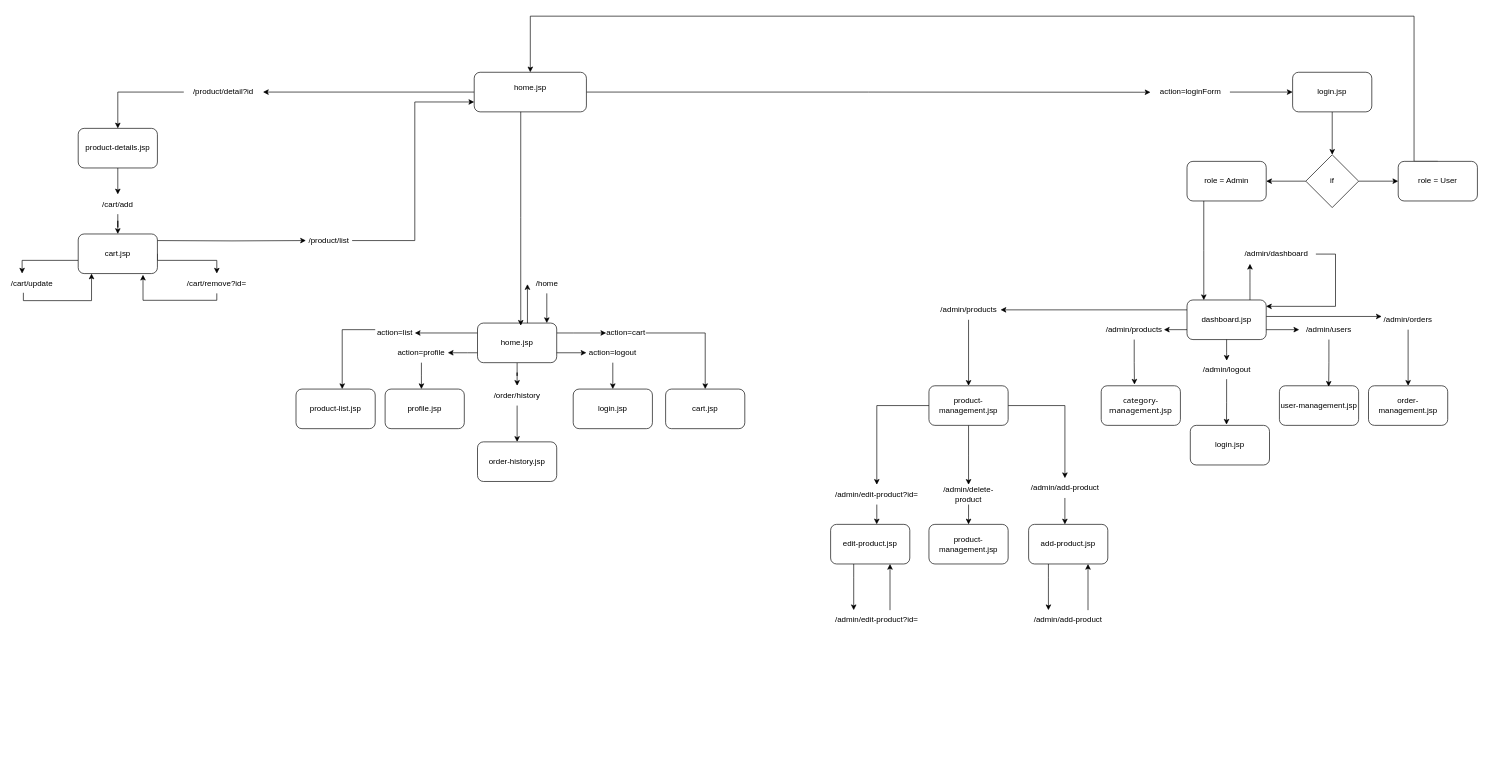
oggyne259/hehe keeps this draw.io diagram as Untitled Diagram.drawio. Above is the earlier version. Source tidied: cells renumbered, new cells numbered last; positions are measured from the earlier drawing's top-left corner, leaving out a move shared by most shapes. Both pictures are drawn from the tidied source at 66%, with x=0, y=0 at pixel (12, 16).
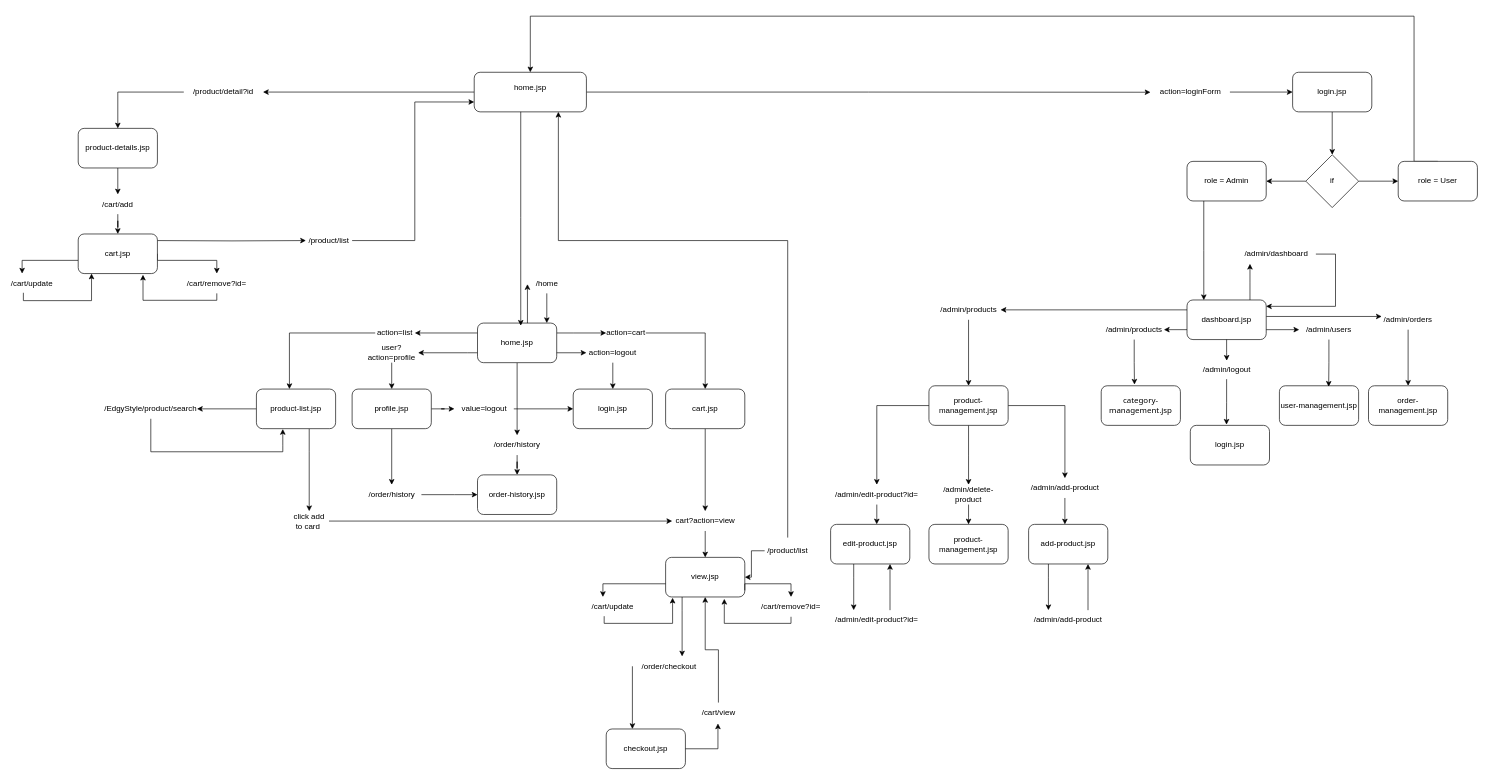
The same diagram, later.

Unchanged cells that the change refers to:
```xml
<mxCell id="4" value="home.jsp&lt;div&gt;&lt;br&gt;&lt;/div&gt;" style="rounded=1;whiteSpace=wrap;html=1;" parent="1" vertex="1">
  <mxGeometry x="700" y="85" width="170" height="60" as="geometry" />
</mxCell>
<mxCell id="43" value="action=list" style="text;html=1;align=center;verticalAlign=middle;whiteSpace=wrap;rounded=0;" parent="1" vertex="1">
  <mxGeometry x="550" y="465" width="60" height="30" as="geometry" />
</mxCell>
<mxCell id="50" value="cart.jsp" style="rounded=1;whiteSpace=wrap;html=1;" parent="1" vertex="1">
  <mxGeometry x="990" y="565" width="120" height="60" as="geometry" />
</mxCell>
<mxCell id="52" value="login.jsp" style="rounded=1;whiteSpace=wrap;html=1;" parent="1" vertex="1">
  <mxGeometry x="850" y="565" width="120" height="60" as="geometry" />
</mxCell>
```

The edit, as a diff of the source:
```diff
@@
-    <mxCell id="42" style="edgeStyle=orthogonalEdgeStyle;rounded=0;jettySize=auto;html=1;" parent="1" edge="1" source="43" target="44">
-      <mxGeometry relative="1" as="geometry">
-        <Array as="points">
-          <mxPoint x="600" y="475" />
-          <mxPoint x="500" y="475" />
-        </Array>
-      </mxGeometry>
-    </mxCell>
@@
+    <mxCell id="101" style="edgeStyle=orthogonalEdgeStyle;rounded=0;jettySize=auto;html=1;" parent="1" edge="1" source="44" target="130">
+      <mxGeometry relative="1" as="geometry" />
+    </mxCell>
+    <mxCell id="102" style="edgeStyle=orthogonalEdgeStyle;rounded=0;jettySize=auto;html=1;entryX=0.5;entryY=0;entryDx=0;entryDy=0;" parent="1" edge="1" source="44" target="131">
+      <mxGeometry relative="1" as="geometry">
+        <Array as="points">
+          <mxPoint x="450" y="660" />
+          <mxPoint x="450" y="660" />
+        </Array>
+      </mxGeometry>
+    </mxCell>
     <mxCell id="44" value="product-list.jsp" style="rounded=1;whiteSpace=wrap;html=1;" parent="1" vertex="1">
-      <mxGeometry x="430" y="565" width="120" height="60" as="geometry" />
+      <mxGeometry x="370" y="565" width="120" height="60" as="geometry" />
     </mxCell>
     <mxCell id="45" style="edgeStyle=orthogonalEdgeStyle;rounded=0;jettySize=auto;html=1;" parent="1" edge="1" source="46" target="47">
-      <mxGeometry relative="1" as="geometry">
-        <Array as="points">
-          <mxPoint x="620" y="545" />
-          <mxPoint x="620" y="545" />
-        </Array>
-      </mxGeometry>
+      <mxGeometry relative="1" as="geometry" />
     </mxCell>
-    <mxCell id="46" value="action=profile" style="text;html=1;align=center;verticalAlign=middle;whiteSpace=wrap;rounded=0;" parent="1" vertex="1">
-      <mxGeometry x="580" y="495" width="80" height="30" as="geometry" />
+    <mxCell id="46" value="user?action=profile" style="text;html=1;align=center;verticalAlign=middle;whiteSpace=wrap;rounded=0;" parent="1" vertex="1">
+      <mxGeometry x="535" y="495" width="80" height="30" as="geometry" />
     </mxCell>
+    <mxCell id="103" style="edgeStyle=orthogonalEdgeStyle;rounded=0;jettySize=auto;html=1;" parent="1" edge="1" source="47" target="126">
+      <mxGeometry relative="1" as="geometry" />
+    </mxCell>
+    <mxCell id="104" style="edgeStyle=orthogonalEdgeStyle;rounded=0;jettySize=auto;html=1;" parent="1" edge="1" source="47" target="128">
+      <mxGeometry relative="1" as="geometry" />
+    </mxCell>
     <mxCell id="47" value="profile.jsp" style="rounded=1;whiteSpace=wrap;html=1;" parent="1" vertex="1">
-      <mxGeometry x="565" y="565" width="120" height="60" as="geometry" />
+      <mxGeometry x="515" y="565" width="120" height="60" as="geometry" />
     </mxCell>
@@
+    <mxCell id="105" style="edgeStyle=orthogonalEdgeStyle;rounded=0;jettySize=auto;html=1;" parent="1" edge="1" source="50" target="107">
+      <mxGeometry relative="1" as="geometry" />
+    </mxCell>
@@
     <mxCell id="56" value="/order/history" style="text;html=1;align=center;verticalAlign=middle;whiteSpace=wrap;rounded=0;" parent="1" vertex="1">
-      <mxGeometry x="730" y="560" width="70" height="30" as="geometry" />
+      <mxGeometry x="730" y="635" width="70" height="30" as="geometry" />
     </mxCell>
     <mxCell id="57" value="order-history.jsp" style="rounded=1;whiteSpace=wrap;html=1;" parent="1" vertex="1">
-      <mxGeometry x="705" y="645" width="120" height="60" as="geometry" />
+      <mxGeometry x="705" y="695" width="120" height="60" as="geometry" />
     </mxCell>
@@
+    <mxCell id="106" style="edgeStyle=orthogonalEdgeStyle;rounded=0;jettySize=auto;html=1;" parent="1" edge="1" source="107" target="109">
+      <mxGeometry relative="1" as="geometry" />
+    </mxCell>
+    <mxCell id="107" value="cart?action=view" style="text;html=1;align=center;verticalAlign=middle;points=[];strokeColor=none;fillColor=none;" parent="1" vertex="1">
+      <mxGeometry x="995" y="750" width="110" height="30" as="geometry" />
+    </mxCell>
+    <mxCell id="108" style="edgeStyle=orthogonalEdgeStyle;rounded=0;jettySize=auto;html=1;" parent="1" edge="1" source="109" target="120">
+      <mxGeometry relative="1" as="geometry">
+        <Array as="points">
+          <mxPoint x="1015" y="900" />
+          <mxPoint x="1015" y="900" />
+        </Array>
+      </mxGeometry>
+    </mxCell>
+    <mxCell id="109" value="view.jsp" style="rounded=1;whiteSpace=wrap;html=1;" parent="1" vertex="1">
+      <mxGeometry x="990" y="820" width="120" height="60" as="geometry" />
+    </mxCell>
+    <mxCell id="110" style="edgeStyle=orthogonalEdgeStyle;rounded=0;jettySize=auto;html=1;entryX=0.25;entryY=0;entryDx=0;entryDy=0;exitX=0;exitY=0.667;exitDx=0;exitDy=0;exitPerimeter=0;" parent="1" edge="1" source="109" target="113">
+      <mxGeometry relative="1" as="geometry">
+        <Array as="points">
+          <mxPoint x="895" y="860" />
+        </Array>
+      </mxGeometry>
+    </mxCell>
+    <mxCell id="111" style="edgeStyle=orthogonalEdgeStyle;rounded=0;jettySize=auto;html=1;entryX=0.5;entryY=0;entryDx=0;entryDy=0;exitX=1;exitY=0.833;exitDx=0;exitDy=0;exitPerimeter=0;" parent="1" edge="1" source="109" target="115">
+      <mxGeometry relative="1" as="geometry">
+        <Array as="points">
+          <mxPoint x="1110" y="860" />
+          <mxPoint x="1180" y="860" />
+        </Array>
+      </mxGeometry>
+    </mxCell>
+    <mxCell id="112" style="edgeStyle=orthogonalEdgeStyle;rounded=0;jettySize=auto;html=1;entryX=0.088;entryY=1.02;entryDx=0;entryDy=0;entryPerimeter=0;exitX=0.282;exitY=0.97;exitDx=0;exitDy=0;exitPerimeter=0;" parent="1" edge="1" source="113" target="109">
+      <mxGeometry relative="1" as="geometry">
+        <Array as="points">
+          <mxPoint x="897" y="920" />
+          <mxPoint x="1001" y="920" />
+        </Array>
+      </mxGeometry>
+    </mxCell>
+    <mxCell id="113" value="/cart/update" style="text;html=1;align=center;verticalAlign=middle;whiteSpace=wrap;rounded=0;" parent="1" vertex="1">
+      <mxGeometry x="880" y="880" width="60" height="30" as="geometry" />
+    </mxCell>
+    <mxCell id="114" style="edgeStyle=orthogonalEdgeStyle;rounded=0;jettySize=auto;html=1;entryX=0.741;entryY=1.048;entryDx=0;entryDy=0;entryPerimeter=0;exitX=0.5;exitY=1;exitDx=0;exitDy=0;" parent="1" edge="1" source="115" target="109">
+      <mxGeometry relative="1" as="geometry">
+        <Array as="points">
+          <mxPoint x="1180" y="920" />
+          <mxPoint x="1079" y="920" />
+        </Array>
+      </mxGeometry>
+    </mxCell>
+    <mxCell id="115" value="/cart/remove?id=" style="text;html=1;align=center;verticalAlign=middle;whiteSpace=wrap;rounded=0;" parent="1" vertex="1">
+      <mxGeometry x="1130" y="880" width="100" height="30" as="geometry" />
+    </mxCell>
+    <mxCell id="116" style="edgeStyle=orthogonalEdgeStyle;rounded=0;jettySize=auto;html=1;" parent="1" edge="1" source="118" target="109">
+      <mxGeometry relative="1" as="geometry" />
+    </mxCell>
+    <mxCell id="117" style="edgeStyle=orthogonalEdgeStyle;rounded=0;jettySize=auto;html=1;entryX=0.75;entryY=1;entryDx=0;entryDy=0;" parent="1" edge="1" source="118" target="4">
+      <mxGeometry relative="1" as="geometry">
+        <Array as="points">
+          <mxPoint x="1175" y="340" />
+          <mxPoint x="828" y="340" />
+        </Array>
+      </mxGeometry>
+    </mxCell>
+    <mxCell id="118" value="/product/list" style="text;html=1;align=center;verticalAlign=middle;whiteSpace=wrap;rounded=0;" parent="1" vertex="1">
+      <mxGeometry x="1140" y="790" width="70" height="40" as="geometry" />
+    </mxCell>
+    <mxCell id="119" style="edgeStyle=orthogonalEdgeStyle;rounded=0;jettySize=auto;html=1;exitX=-0.003;exitY=0.5;exitDx=0;exitDy=0;exitPerimeter=0;" parent="1" edge="1" source="120" target="121">
+      <mxGeometry relative="1" as="geometry">
+        <Array as="points">
+          <mxPoint x="940" y="985" />
+        </Array>
+      </mxGeometry>
+    </mxCell>
+    <mxCell id="120" value="/order/checkout" style="text;html=1;align=center;verticalAlign=middle;points=[];strokeColor=none;fillColor=none;" parent="1" vertex="1">
+      <mxGeometry x="940" y="970" width="110" height="30" as="geometry" />
+    </mxCell>
+    <mxCell id="121" value="checkout.jsp" style="rounded=1;whiteSpace=wrap;html=1;" parent="1" vertex="1">
+      <mxGeometry x="900" y="1080" width="120" height="60" as="geometry" />
+    </mxCell>
+    <mxCell id="122" style="edgeStyle=orthogonalEdgeStyle;rounded=0;jettySize=auto;html=1;entryX=0.5;entryY=1;entryDx=0;entryDy=0;" parent="1" edge="1" source="123" target="109">
+      <mxGeometry relative="1" as="geometry" />
+    </mxCell>
+    <mxCell id="123" value="/cart/view" style="text;html=1;align=center;verticalAlign=middle;points=[];strokeColor=none;fillColor=none;" parent="1" vertex="1">
+      <mxGeometry x="1035" y="1040" width="70" height="30" as="geometry" />
+    </mxCell>
+    <mxCell id="124" style="edgeStyle=orthogonalEdgeStyle;rounded=0;jettySize=auto;html=1;entryX=0.49;entryY=1.056;entryDx=0;entryDy=0;entryPerimeter=0;" parent="1" edge="1" source="121" target="123">
+      <mxGeometry relative="1" as="geometry" />
+    </mxCell>
+    <mxCell id="125" style="edgeStyle=orthogonalEdgeStyle;rounded=0;jettySize=auto;html=1;" parent="1" edge="1" source="126" target="57">
+      <mxGeometry relative="1" as="geometry">
+        <Array as="points">
+          <mxPoint x="670" y="725" />
+          <mxPoint x="670" y="725" />
+        </Array>
+      </mxGeometry>
+    </mxCell>
+    <mxCell id="126" value="/order/history" style="text;html=1;align=center;verticalAlign=middle;points=[];strokeColor=none;fillColor=none;" parent="1" vertex="1">
+      <mxGeometry x="530" y="710" width="90" height="30" as="geometry" />
+    </mxCell>
+    <mxCell id="42" style="edgeStyle=orthogonalEdgeStyle;rounded=0;jettySize=auto;html=1;entryX=0.417;entryY=0;entryDx=0;entryDy=0;entryPerimeter=0;" parent="1" edge="1" source="43" target="44">
+      <mxGeometry relative="1" as="geometry" />
+    </mxCell>
+    <mxCell id="127" style="edgeStyle=orthogonalEdgeStyle;rounded=0;jettySize=auto;html=1;" parent="1" edge="1" source="128" target="52">
+      <mxGeometry relative="1" as="geometry" />
+    </mxCell>
+    <mxCell id="128" value="value=logout" style="text;html=1;align=center;verticalAlign=middle;points=[];strokeColor=none;fillColor=none;" parent="1" vertex="1">
+      <mxGeometry x="670" y="580" width="90" height="30" as="geometry" />
+    </mxCell>
+    <mxCell id="129" style="edgeStyle=orthogonalEdgeStyle;rounded=0;jettySize=auto;html=1;entryX=0.333;entryY=1.009;entryDx=0;entryDy=0;entryPerimeter=0;" parent="1" edge="1" source="130" target="44">
+      <mxGeometry relative="1" as="geometry">
+        <Array as="points">
+          <mxPoint x="210" y="660" />
+          <mxPoint x="410" y="660" />
+          <mxPoint x="410" y="650" />
+        </Array>
+      </mxGeometry>
+    </mxCell>
+    <mxCell id="130" value="/EdgyStyle/product/search" style="text;html=1;align=center;verticalAlign=middle;whiteSpace=wrap;rounded=0;" parent="1" vertex="1">
+      <mxGeometry x="140" y="580" width="140" height="30" as="geometry" />
+    </mxCell>
+    <mxCell id="131" value="click add to card&amp;nbsp;" style="text;html=1;align=center;verticalAlign=middle;whiteSpace=wrap;rounded=0;" parent="1" vertex="1">
+      <mxGeometry x="420" y="750" width="60" height="30" as="geometry" />
+    </mxCell>
+    <mxCell id="132" style="edgeStyle=orthogonalEdgeStyle;rounded=0;jettySize=auto;html=1;entryX=0.045;entryY=0.5;entryDx=0;entryDy=0;entryPerimeter=0;" parent="1" edge="1" source="131" target="107">
+      <mxGeometry relative="1" as="geometry" />
+    </mxCell>
```
